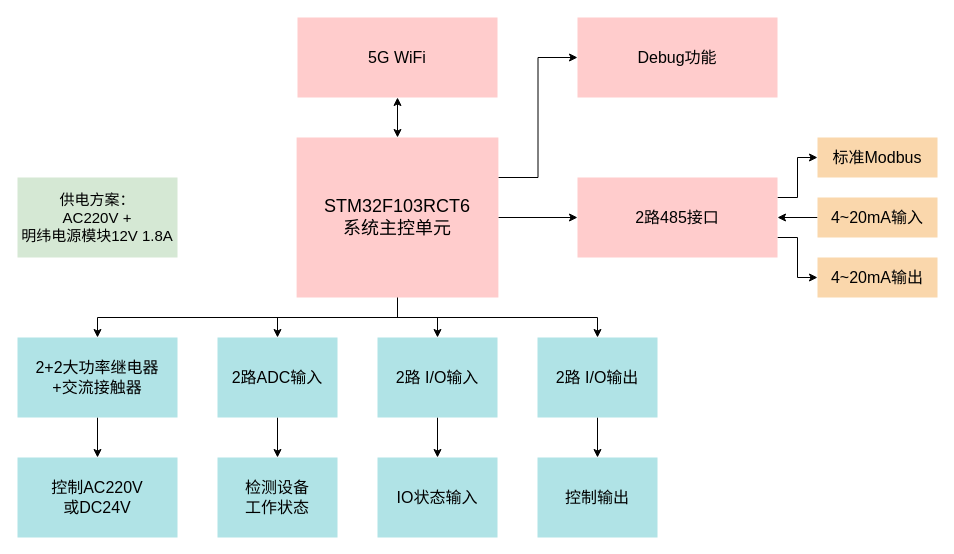
This is 养虾试验池项目.drawio from zjh6607476/drawing, a draw.io file, before an edit. Source tidied: cells renumbered, new cells numbered last; positions are measured from the earlier drawing's top-left corner, leaving out a move shared by most shapes. Both pictures are drawn from the tidied source at 100%, with x=0, y=0 at pixel (17, 17).
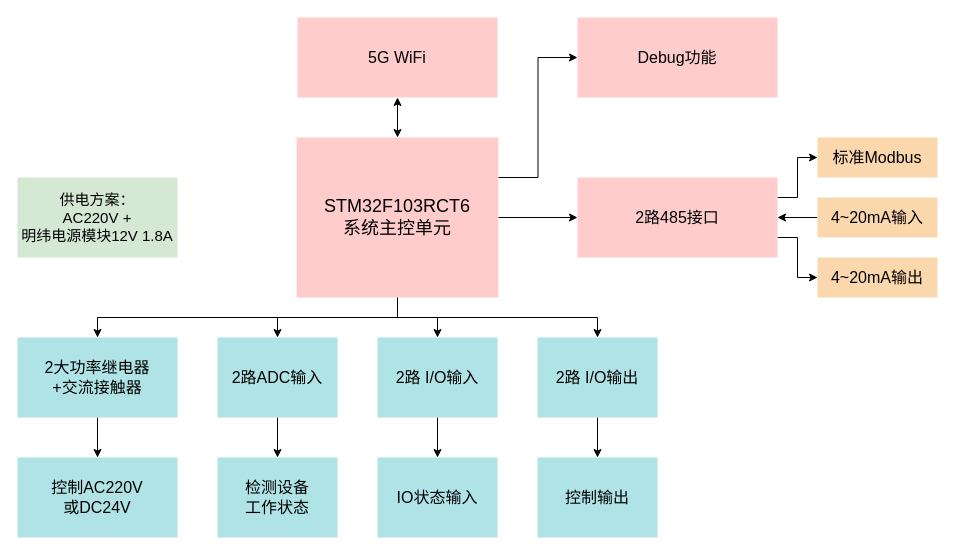
The same diagram, later.

Commit message:
更新养虾试验池项目.drawio

What changed in the source:
```diff
@@
-    <mxCell id="13" value="2+2大功率继电器&lt;br&gt;+交流接触器" style="rounded=0;whiteSpace=wrap;html=1;shadow=0;fillColor=#b0e3e6;strokeColor=none;fontSize=16;" parent="1" vertex="1">
+    <mxCell id="13" value="2大功率继电器&lt;br&gt;+交流接触器" style="rounded=0;whiteSpace=wrap;html=1;shadow=0;fillColor=#b0e3e6;strokeColor=none;fontSize=16;" parent="1" vertex="1">
       <mxGeometry y="320" width="160" height="80" as="geometry" />
     </mxCell>
```
